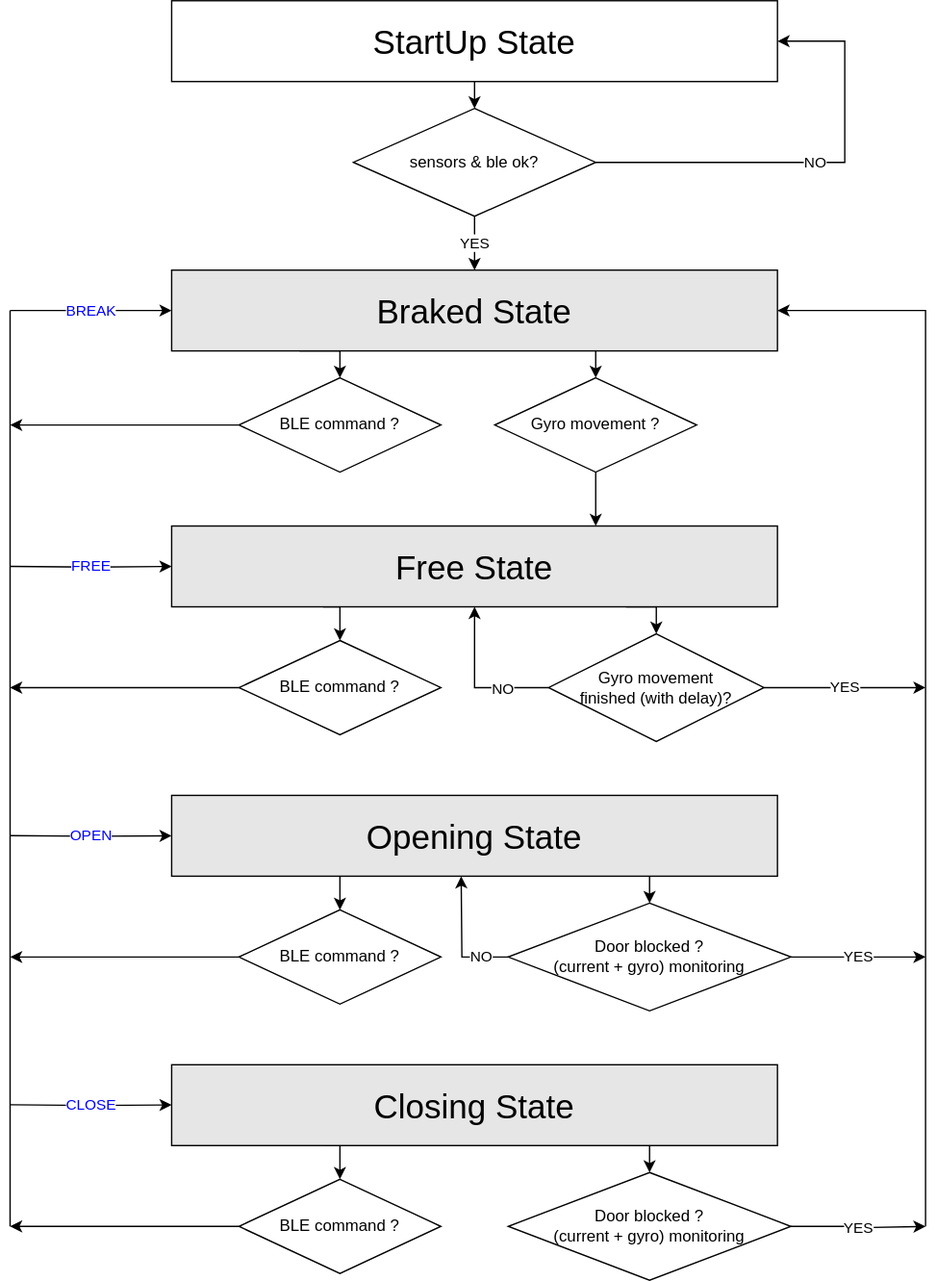
Before: doc/stateMachine.drawio.svg, a diagram exported from draw.io (samp38/CESAM). Source tidied: cells renumbered, new cells last; positions are measured from the earlier drawing's top-left corner, leaving out a move shared by most shapes.
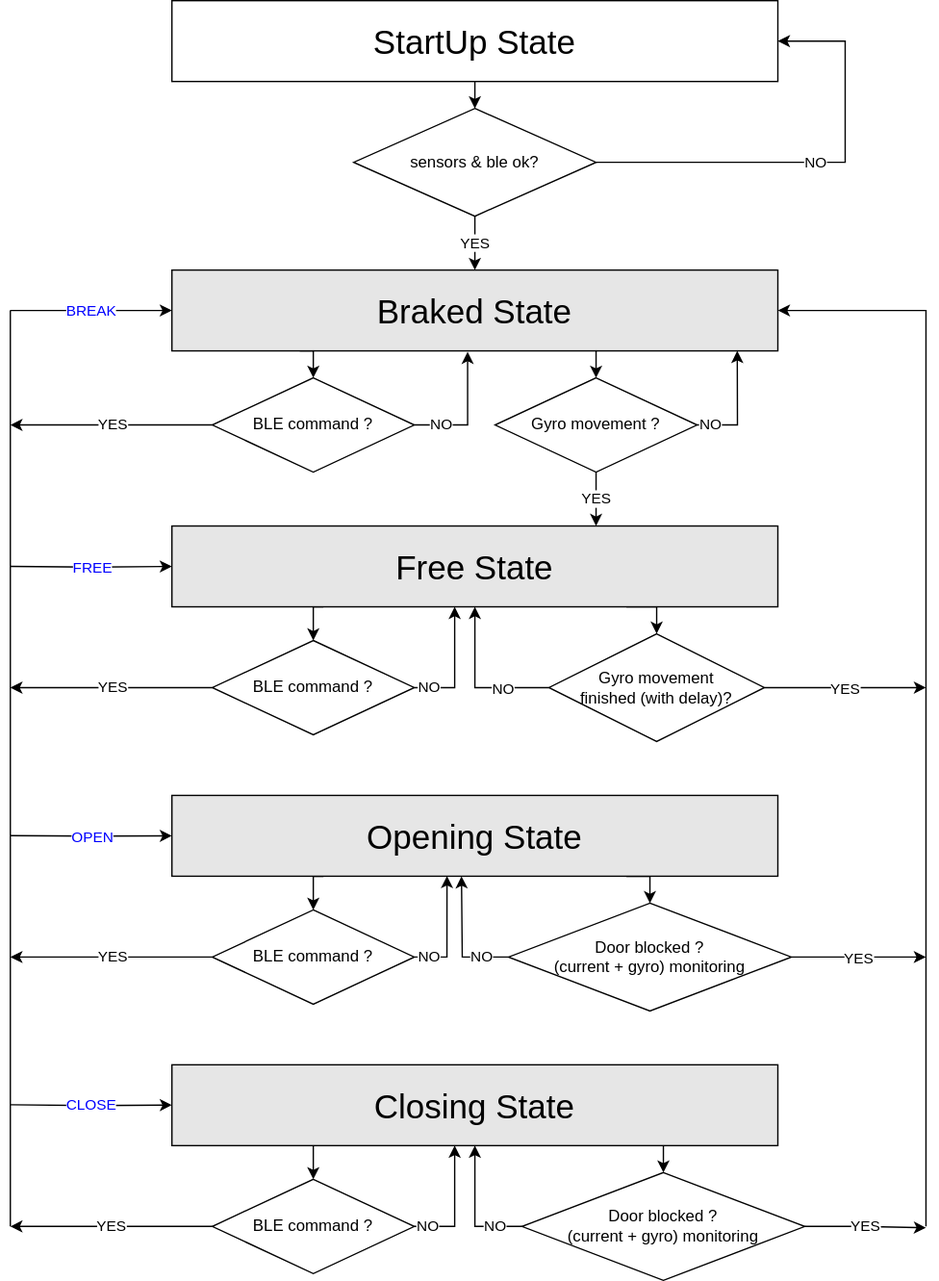
The same file after the commit.

Change to the diagram source:
```diff
@@ -57,13 +57,13 @@
     <mxCell id="17" value="Closing State" style="rounded=0;whiteSpace=wrap;html=1;fontSize=25;fillColor=#E6E6E6;" parent="1" vertex="1">
       <mxGeometry x="120" y="790" width="450" height="60" as="geometry" />
     </mxCell>
-    <mxCell id="18" style="edgeStyle=orthogonalEdgeStyle;rounded=0;jettySize=auto;html=1;exitX=0;exitY=0.5;exitDx=0;exitDy=0;" parent="1" edge="1" source="19">
+    <mxCell id="18" value="YES" style="edgeStyle=orthogonalEdgeStyle;rounded=0;jettySize=auto;html=1;exitX=0;exitY=0.5;exitDx=0;exitDy=0;" parent="1" edge="1" source="19">
       <mxGeometry relative="1" as="geometry">
         <mxPoint y="315" as="targetPoint" />
       </mxGeometry>
     </mxCell>
     <mxCell id="19" value="BLE command ?" style="rhombus;whiteSpace=wrap;html=1;" parent="1" vertex="1">
-      <mxGeometry x="170" y="280" width="150" height="70" as="geometry" />
+      <mxGeometry x="150" y="280" width="150" height="70" as="geometry" />
     </mxCell>
     <mxCell id="20" value="Gyro movement ?" style="rhombus;whiteSpace=wrap;html=1;" parent="1" vertex="1">
       <mxGeometry x="360" y="280" width="150" height="70" as="geometry" />
@@ -74,7 +74,7 @@
     <mxCell id="22" style="edgeStyle=orthogonalEdgeStyle;rounded=0;jettySize=auto;html=1;exitX=0.7;exitY=1;exitDx=0;exitDy=0;entryX=0.5;entryY=0;entryDx=0;entryDy=0;exitPerimeter=0;" parent="1" edge="1" source="7" target="20">
       <mxGeometry relative="1" as="geometry" />
     </mxCell>
-    <mxCell id="23" style="edgeStyle=orthogonalEdgeStyle;rounded=0;jettySize=auto;html=1;exitX=0.5;exitY=1;exitDx=0;exitDy=0;entryX=0.7;entryY=0;entryDx=0;entryDy=0;entryPerimeter=0;" parent="1" edge="1" source="20" target="11">
+    <mxCell id="23" value="YES" style="edgeStyle=orthogonalEdgeStyle;rounded=0;jettySize=auto;html=1;exitX=0.5;exitY=1;exitDx=0;exitDy=0;entryX=0.7;entryY=0;entryDx=0;entryDy=0;entryPerimeter=0;" parent="1" edge="1" source="20" target="11">
       <mxGeometry relative="1" as="geometry" />
     </mxCell>
     <mxCell id="24" value="YES" style="edgeStyle=orthogonalEdgeStyle;rounded=0;jettySize=auto;html=1;exitX=1;exitY=0.5;exitDx=0;exitDy=0;" parent="1" edge="1" source="25">
@@ -91,13 +91,21 @@
     <mxCell id="27" value="NO" style="edgeLabel;html=1;align=center;verticalAlign=middle;" parent="26" vertex="1">
       <mxGeometry x="-0.39" relative="1" as="geometry" />
     </mxCell>
-    <mxCell id="28" style="edgeStyle=orthogonalEdgeStyle;rounded=0;jettySize=auto;html=1;exitX=0;exitY=0.5;exitDx=0;exitDy=0;" parent="1" edge="1" source="29">
+    <mxCell id="28" value="YES" style="edgeStyle=orthogonalEdgeStyle;rounded=0;jettySize=auto;html=1;exitX=0;exitY=0.5;exitDx=0;exitDy=0;" parent="1" edge="1" source="29">
       <mxGeometry relative="1" as="geometry">
         <mxPoint y="510" as="targetPoint" />
       </mxGeometry>
     </mxCell>
+    <mxCell id="44" value="NO" style="edgeStyle=orthogonalEdgeStyle;rounded=0;jettySize=auto;html=1;exitX=1;exitY=0.5;exitDx=0;exitDy=0;" parent="1" edge="1" source="29">
+      <mxGeometry x="-0.75" relative="1" as="geometry">
+        <mxPoint x="330" y="450" as="targetPoint" />
+        <Array as="points">
+          <mxPoint x="330" y="510" />
+        </Array>
+      </mxGeometry>
+    </mxCell>
     <mxCell id="29" value="BLE command ?" style="rhombus;whiteSpace=wrap;html=1;" parent="1" vertex="1">
-      <mxGeometry x="170" y="475" width="150" height="70" as="geometry" />
+      <mxGeometry x="150" y="475" width="150" height="70" as="geometry" />
     </mxCell>
     <mxCell id="30" value="YES" style="edgeStyle=orthogonalEdgeStyle;rounded=0;jettySize=auto;html=1;exitX=1;exitY=0.5;exitDx=0;exitDy=0;" parent="1" edge="1" source="31">
       <mxGeometry relative="1" as="geometry">
@@ -122,8 +130,11 @@
         </Array>
       </mxGeometry>
     </mxCell>
+    <mxCell id="45" value="NO" style="edgeStyle=orthogonalEdgeStyle;rounded=0;jettySize=auto;html=1;exitX=0;exitY=0.5;exitDx=0;exitDy=0;entryX=0.5;entryY=1;entryDx=0;entryDy=0;" parent="1" edge="1" source="34" target="17">
+      <mxGeometry x="-0.58" relative="1" as="geometry" />
+    </mxCell>
     <mxCell id="34" value="&lt;div&gt;Door blocked ?&lt;br&gt;&lt;/div&gt;&lt;div&gt;(current + gyro) monitoring&lt;br&gt;&lt;/div&gt;" style="rhombus;whiteSpace=wrap;html=1;" parent="1" vertex="1">
-      <mxGeometry x="370" y="870" width="210" height="80" as="geometry" />
+      <mxGeometry x="380" y="870" width="210" height="80" as="geometry" />
     </mxCell>
     <mxCell id="35" style="endArrow=classic;html=1;rounded=0;entryX=1;entryY=0.5;entryDx=0;entryDy=0;" parent="1" edge="1" target="7">
       <mxGeometry relative="1" as="geometry">
@@ -133,16 +144,16 @@
         </Array>
       </mxGeometry>
     </mxCell>
-    <mxCell id="36" style="edgeStyle=orthogonalEdgeStyle;rounded=0;jettySize=auto;html=1;exitX=0;exitY=0.5;exitDx=0;exitDy=0;" parent="1" edge="1" source="37">
+    <mxCell id="36" value="YES" style="edgeStyle=orthogonalEdgeStyle;rounded=0;jettySize=auto;html=1;exitX=0;exitY=0.5;exitDx=0;exitDy=0;" parent="1" edge="1" source="37">
       <mxGeometry relative="1" as="geometry">
         <mxPoint y="710" as="targetPoint" />
       </mxGeometry>
     </mxCell>
     <mxCell id="37" value="BLE command ?" style="rhombus;whiteSpace=wrap;html=1;" parent="1" vertex="1">
-      <mxGeometry x="170" y="675" width="150" height="70" as="geometry" />
+      <mxGeometry x="150" y="675" width="150" height="70" as="geometry" />
     </mxCell>
     <mxCell id="38" value="BLE command ?" style="rhombus;whiteSpace=wrap;html=1;" parent="1" vertex="1">
-      <mxGeometry x="170" y="875" width="150" height="70" as="geometry" />
+      <mxGeometry x="150" y="875" width="150" height="70" as="geometry" />
     </mxCell>
     <mxCell id="39" style="endArrow=none;html=1;rounded=0;" parent="1" edge="1">
       <mxGeometry relative="1" as="geometry">
@@ -155,7 +166,7 @@
         <mxPoint y="230" as="sourcePoint" />
       </mxGeometry>
     </mxCell>
-    <mxCell id="41" style="endArrow=classic;html=1;rounded=0;exitX=0;exitY=0.5;exitDx=0;exitDy=0;" parent="1" edge="1" source="38">
+    <mxCell id="41" value="YES" style="endArrow=classic;html=1;rounded=0;exitX=0;exitY=0.5;exitDx=0;exitDy=0;" parent="1" edge="1" source="38">
       <mxGeometry relative="1" as="geometry">
         <mxPoint y="910" as="targetPoint" />
       </mxGeometry>
@@ -171,5 +182,27 @@
         <mxPoint x="120" y="819.8" as="targetPoint" />
       </mxGeometry>
     </mxCell>
+    <mxCell id="46" value="NO" style="edgeStyle=orthogonalEdgeStyle;rounded=0;jettySize=auto;html=1;exitX=1;exitY=0.5;exitDx=0;exitDy=0;" parent="1" edge="1" source="38">
+      <mxGeometry x="-0.78" relative="1" as="geometry">
+        <mxPoint x="330" y="850" as="targetPoint" />
+        <Array as="points">
+          <mxPoint x="330" y="910" />
+          <mxPoint x="330" y="850" />
+        </Array>
+      </mxGeometry>
+    </mxCell>
+    <mxCell id="47" value="NO" style="edgeStyle=orthogonalEdgeStyle;rounded=0;jettySize=auto;html=1;exitX=1;exitY=0.5;exitDx=0;exitDy=0;entryX=0.454;entryY=0.997;entryDx=0;entryDy=0;entryPerimeter=0;" parent="1" edge="1" source="37" target="14">
+      <mxGeometry x="-0.75" relative="1" as="geometry" />
+    </mxCell>
+    <mxCell id="48" value="NO" style="edgeStyle=orthogonalEdgeStyle;rounded=0;jettySize=auto;html=1;exitX=1;exitY=0.5;exitDx=0;exitDy=0;entryX=0.488;entryY=1.011;entryDx=0;entryDy=0;entryPerimeter=0;" parent="1" edge="1" source="19" target="7">
+      <mxGeometry x="-0.57" relative="1" as="geometry" />
+    </mxCell>
+    <mxCell id="49" value="NO" style="endArrow=classic;html=1;rounded=0;exitX=1;exitY=0.5;exitDx=0;exitDy=0;entryX=0.933;entryY=1;entryDx=0;entryDy=0;entryPerimeter=0;" parent="1" edge="1" source="20" target="7">
+      <mxGeometry x="-0.76" relative="1" as="geometry">
+        <Array as="points">
+          <mxPoint x="540" y="315" />
+        </Array>
+      </mxGeometry>
+    </mxCell>
   </root>
 </mxGraphModel>
```
